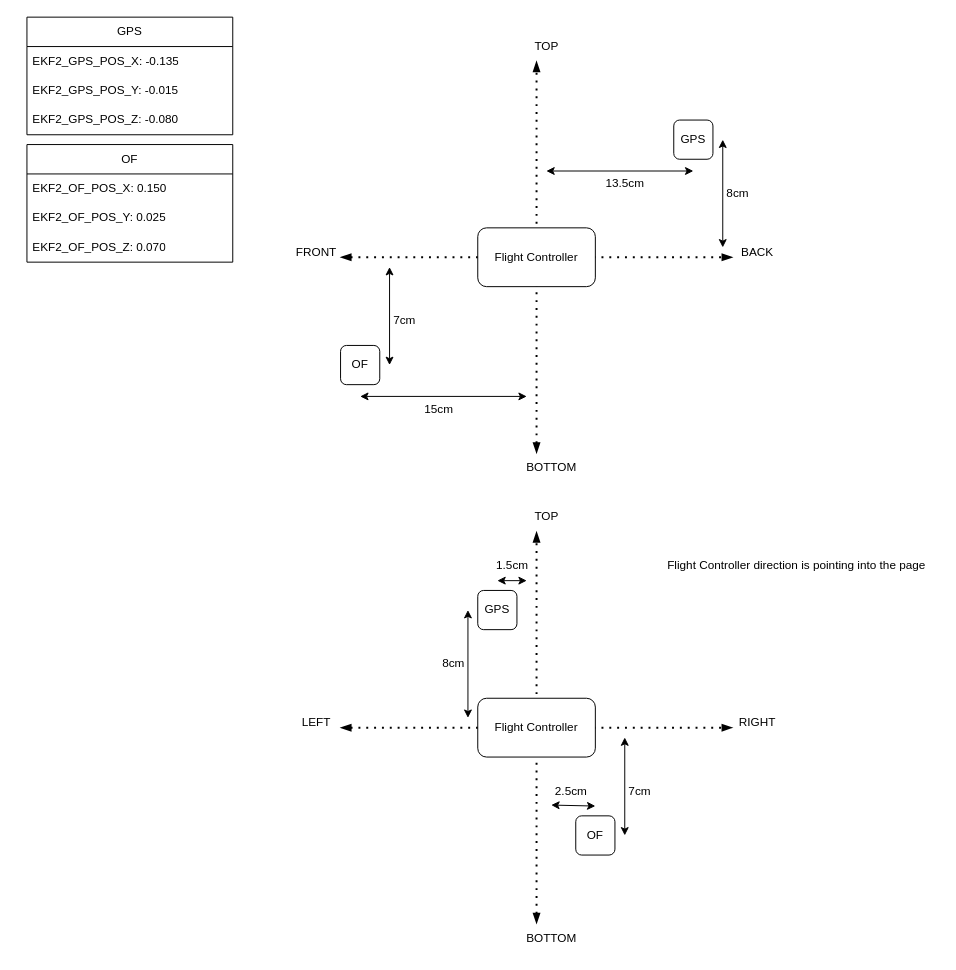
Earlier version of the draw.io diagram Guide/Hardware and Process/Commissioning/2 Ready for FSAC/Calibration_offset_determination.drawio (DroneLeaf/HEAR_wiki). Source tidied: cells renumbered, new cells numbered last; positions are measured from the earlier drawing's top-left corner, leaving out a move shared by most shapes. Both pictures are drawn from the tidied source at 98%, with x=0, y=0 at pixel (26, 17).
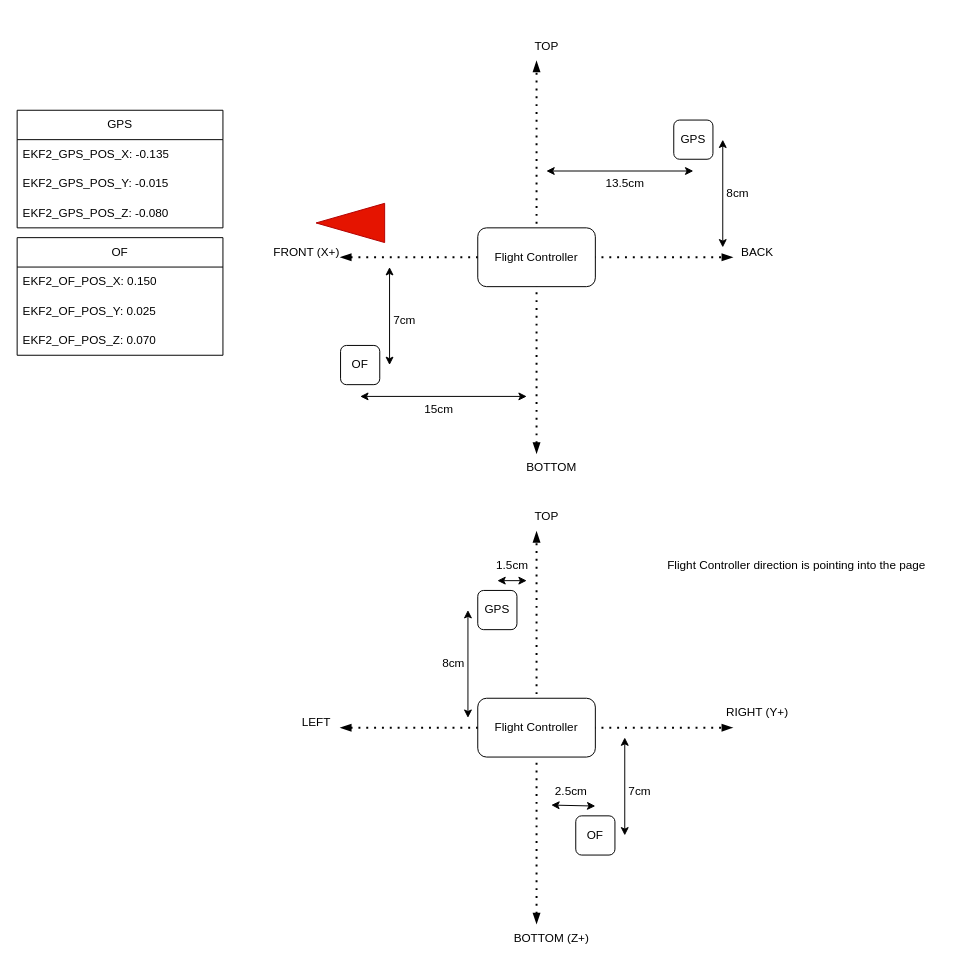
Above is the later version.

The edit, as a diff of the source:
```diff
@@
-    <mxCell id="5" value="FRONT" style="text;html=1;align=center;verticalAlign=middle;strokeColor=none;fillColor=none;" parent="1" vertex="1">
-      <mxGeometry x="265" y="225" width="60" height="30" as="geometry" />
+    <mxCell id="5" value="FRONT (X+)" style="text;html=1;align=center;verticalAlign=middle;strokeColor=none;fillColor=none;" parent="1" vertex="1">
+      <mxGeometry x="240" y="225" width="90" height="30" as="geometry" />
     </mxCell>
@@
-    <mxCell id="12" value="RIGHT" style="text;html=1;align=center;verticalAlign=middle;strokeColor=none;fillColor=none;" parent="1" vertex="1">
-      <mxGeometry x="715" y="705" width="60" height="30" as="geometry" />
+    <mxCell id="12" value="RIGHT (Y+)" style="text;html=1;align=center;verticalAlign=middle;strokeColor=none;fillColor=none;" parent="1" vertex="1">
+      <mxGeometry x="700" y="695" width="90" height="30" as="geometry" />
     </mxCell>
@@
-    <mxCell id="14" value="BOTTOM" style="text;html=1;align=center;verticalAlign=middle;strokeColor=none;fillColor=none;" parent="1" vertex="1">
-      <mxGeometry x="500" y="925" width="70" height="30" as="geometry" />
+    <mxCell id="14" value="BOTTOM (Z+)" style="text;html=1;align=center;verticalAlign=middle;strokeColor=none;fillColor=none;" parent="1" vertex="1">
+      <mxGeometry x="485" y="925" width="100" height="30" as="geometry" />
     </mxCell>
@@
     <mxCell id="34" value="GPS" style="swimlane;fontStyle=0;horizontal=1;startSize=30;whiteSpace=wrap;html=1;" parent="1" vertex="1">
-      <mxGeometry width="210" height="120" as="geometry" />
+      <mxGeometry x="-10" y="95" width="210" height="120" as="geometry" />
     </mxCell>
@@
     <mxCell id="38" value="OF" style="swimlane;fontStyle=0;horizontal=1;startSize=30;whiteSpace=wrap;html=1;" parent="1" vertex="1">
-      <mxGeometry y="130" width="210" height="120" as="geometry" />
+      <mxGeometry x="-10" y="225" width="210" height="120" as="geometry" />
     </mxCell>
@@
+    <mxCell id="45" style="verticalLabelPosition=bottom;verticalAlign=top;html=1;shape=mxgraph.basic.acute_triangle;dx=0.5;rotation=-90;fillColor=#e51400;fontColor=#ffffff;strokeColor=#B20000;" parent="1" vertex="1">
+      <mxGeometry x="310" y="175" width="40" height="70" as="geometry" />
+    </mxCell>
```
